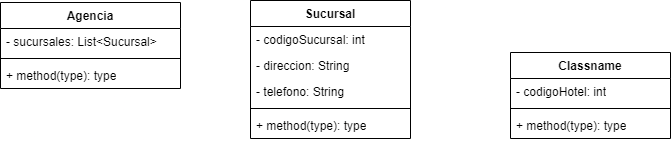
The draw.io diagram unidad-4/Class-Diagram-Maxi/agencia-viajes-maxi.png in mackstm/ets, before a commit. Source tidied: cells renumbered, new cells last; positions are measured from the earlier drawing's top-left corner, leaving out a move shared by most shapes.
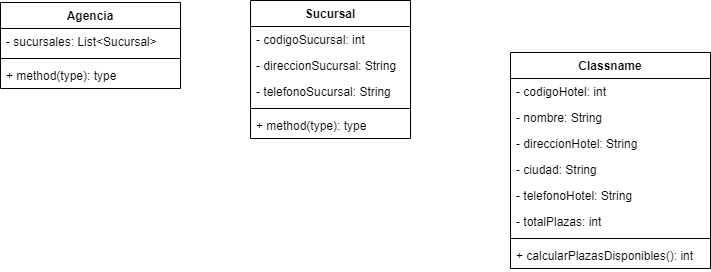
Above is the later version.

Diff of the diagram source:
```diff
@@ -20,10 +20,10 @@
     <mxCell id="7" value="- codigoSucursal: int" style="text;strokeColor=none;fillColor=none;align=left;verticalAlign=top;spacingLeft=4;spacingRight=4;overflow=hidden;whiteSpace=wrap;html=1;" parent="6" vertex="1">
       <mxGeometry y="26" width="160" height="26" as="geometry" />
     </mxCell>
-    <mxCell id="8" value="- direccion: String" style="text;strokeColor=none;fillColor=none;align=left;verticalAlign=top;spacingLeft=4;spacingRight=4;overflow=hidden;whiteSpace=wrap;html=1;" parent="6" vertex="1">
+    <mxCell id="8" value="- direccionSucursal: String" style="text;strokeColor=none;fillColor=none;align=left;verticalAlign=top;spacingLeft=4;spacingRight=4;overflow=hidden;whiteSpace=wrap;html=1;" parent="6" vertex="1">
       <mxGeometry y="52" width="160" height="26" as="geometry" />
     </mxCell>
-    <mxCell id="9" value="- telefono: String" style="text;strokeColor=none;fillColor=none;align=left;verticalAlign=top;spacingLeft=4;spacingRight=4;overflow=hidden;whiteSpace=wrap;html=1;" parent="6" vertex="1">
+    <mxCell id="9" value="- telefonoSucursal: String" style="text;strokeColor=none;fillColor=none;align=left;verticalAlign=top;spacingLeft=4;spacingRight=4;overflow=hidden;whiteSpace=wrap;html=1;" parent="6" vertex="1">
       <mxGeometry y="78" width="160" height="26" as="geometry" />
     </mxCell>
     <mxCell id="10" style="line;strokeWidth=1;fillColor=none;align=left;verticalAlign=middle;spacingTop=-1;spacingLeft=3;spacingRight=3;labelPosition=right;strokeColor=inherit;" parent="6" vertex="1">
@@ -33,16 +33,31 @@
       <mxGeometry y="112" width="160" height="26" as="geometry" />
     </mxCell>
     <mxCell id="12" value="Classname" style="swimlane;fontStyle=1;align=center;verticalAlign=top;horizontal=1;startSize=26;whiteSpace=wrap;html=1;" parent="1" vertex="1">
-      <mxGeometry x="510" y="52" width="160" height="86" as="geometry" />
+      <mxGeometry x="510" y="52" width="200" height="216" as="geometry" />
     </mxCell>
     <mxCell id="13" value="- codigoHotel: int" style="text;strokeColor=none;fillColor=none;align=left;verticalAlign=top;spacingLeft=4;spacingRight=4;overflow=hidden;whiteSpace=wrap;html=1;" parent="12" vertex="1">
-      <mxGeometry y="26" width="160" height="26" as="geometry" />
+      <mxGeometry y="26" width="200" height="26" as="geometry" />
     </mxCell>
+    <mxCell id="16" value="- nombre: String" style="text;strokeColor=none;fillColor=none;align=left;verticalAlign=top;spacingLeft=4;spacingRight=4;overflow=hidden;whiteSpace=wrap;html=1;" parent="12" vertex="1">
+      <mxGeometry y="52" width="200" height="26" as="geometry" />
+    </mxCell>
+    <mxCell id="17" value="- direccionHotel: String" style="text;strokeColor=none;fillColor=none;align=left;verticalAlign=top;spacingLeft=4;spacingRight=4;overflow=hidden;whiteSpace=wrap;html=1;" parent="12" vertex="1">
+      <mxGeometry y="78" width="200" height="26" as="geometry" />
+    </mxCell>
+    <mxCell id="18" value="- ciudad: String" style="text;strokeColor=none;fillColor=none;align=left;verticalAlign=top;spacingLeft=4;spacingRight=4;overflow=hidden;whiteSpace=wrap;html=1;" parent="12" vertex="1">
+      <mxGeometry y="104" width="200" height="26" as="geometry" />
+    </mxCell>
+    <mxCell id="19" value="- telefonoHotel: String" style="text;strokeColor=none;fillColor=none;align=left;verticalAlign=top;spacingLeft=4;spacingRight=4;overflow=hidden;whiteSpace=wrap;html=1;" parent="12" vertex="1">
+      <mxGeometry y="130" width="200" height="26" as="geometry" />
+    </mxCell>
+    <mxCell id="20" value="- totalPlazas: int" style="text;strokeColor=none;fillColor=none;align=left;verticalAlign=top;spacingLeft=4;spacingRight=4;overflow=hidden;whiteSpace=wrap;html=1;" parent="12" vertex="1">
+      <mxGeometry y="156" width="200" height="26" as="geometry" />
+    </mxCell>
     <mxCell id="14" style="line;strokeWidth=1;fillColor=none;align=left;verticalAlign=middle;spacingTop=-1;spacingLeft=3;spacingRight=3;labelPosition=right;strokeColor=inherit;" parent="12" vertex="1">
-      <mxGeometry y="52" width="160" height="8" as="geometry" />
+      <mxGeometry y="182" width="200" height="8" as="geometry" />
     </mxCell>
-    <mxCell id="15" value="+ method(type): type" style="text;strokeColor=none;fillColor=none;align=left;verticalAlign=top;spacingLeft=4;spacingRight=4;overflow=hidden;whiteSpace=wrap;html=1;" parent="12" vertex="1">
-      <mxGeometry y="60" width="160" height="26" as="geometry" />
+    <mxCell id="15" value="+ calcularPlazasDisponibles(): int" style="text;strokeColor=none;fillColor=none;align=left;verticalAlign=top;spacingLeft=4;spacingRight=4;overflow=hidden;whiteSpace=wrap;html=1;" parent="12" vertex="1">
+      <mxGeometry y="190" width="200" height="26" as="geometry" />
     </mxCell>
   </root>
 </mxGraphModel>
```
